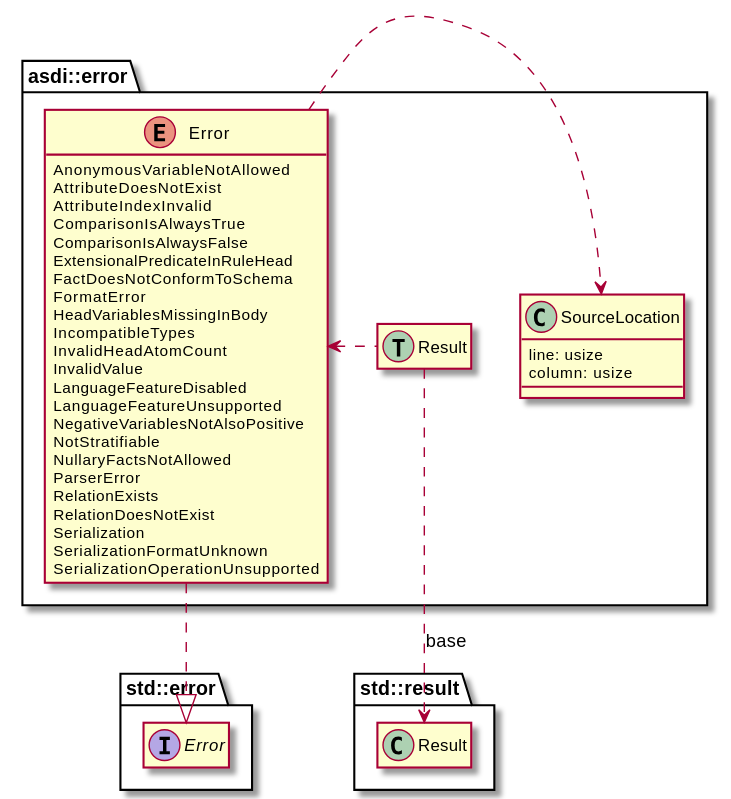
Above: book/src/model/error.svg in johnstonskj/rust-asdi (PlantUML), before the change.
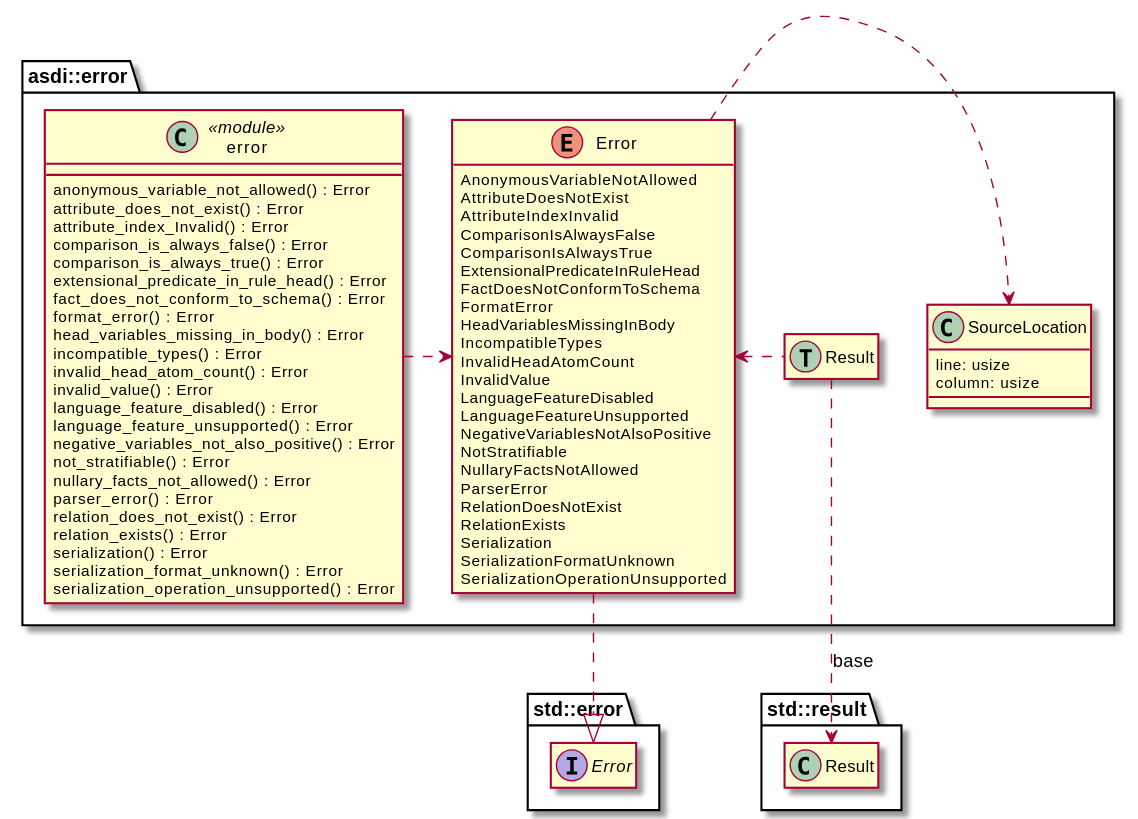
The same file after the commit.

Diff of the diagram source:
```diff
@@ -18,8 +18,8 @@
         AnonymousVariableNotAllowed
         AttributeDoesNotExist
         AttributeIndexInvalid
+        ComparisonIsAlwaysFalse
         ComparisonIsAlwaysTrue
-        ComparisonIsAlwaysFalse
         ExtensionalPredicateInRuleHead
         FactDoesNotConformToSchema
         FormatError
@@ -33,13 +33,39 @@
         NotStratifiable
         NullaryFactsNotAllowed
         ParserError
+        RelationDoesNotExist
         RelationExists
-        RelationDoesNotExist
         Serialization
         SerializationFormatUnknown
         SerializationOperationUnsupported
     }
     hide Error methods
+
+    class error <<module>> {
+        anonymous_variable_not_allowed() : Error
+        attribute_does_not_exist() : Error
+        attribute_index_Invalid() : Error
+        comparison_is_always_false() : Error
+        comparison_is_always_true() : Error
+        extensional_predicate_in_rule_head() : Error
+        fact_does_not_conform_to_schema() : Error
+        format_error() : Error
+        head_variables_missing_in_body() : Error
+        incompatible_types() : Error
+        invalid_head_atom_count() : Error
+        invalid_value() : Error
+        language_feature_disabled() : Error
+        language_feature_unsupported() : Error
+        negative_variables_not_also_positive() : Error
+        not_stratifiable() : Error
+        nullary_facts_not_allowed() : Error
+        parser_error() : Error
+        relation_does_not_exist() : Error
+        relation_exists() : Error
+        serialization() : Error
+        serialization_format_unknown() : Error
+        serialization_operation_unsupported() : Error
+    }
 
     Error ..|> std::error::Error
     Error .right.> SourceLocation
@@ -48,6 +74,8 @@
 
     Result .left.> Error
     Result ..> std::result::Result: base
+
+    error .right.> Error
 }
 
 @enduml
```
